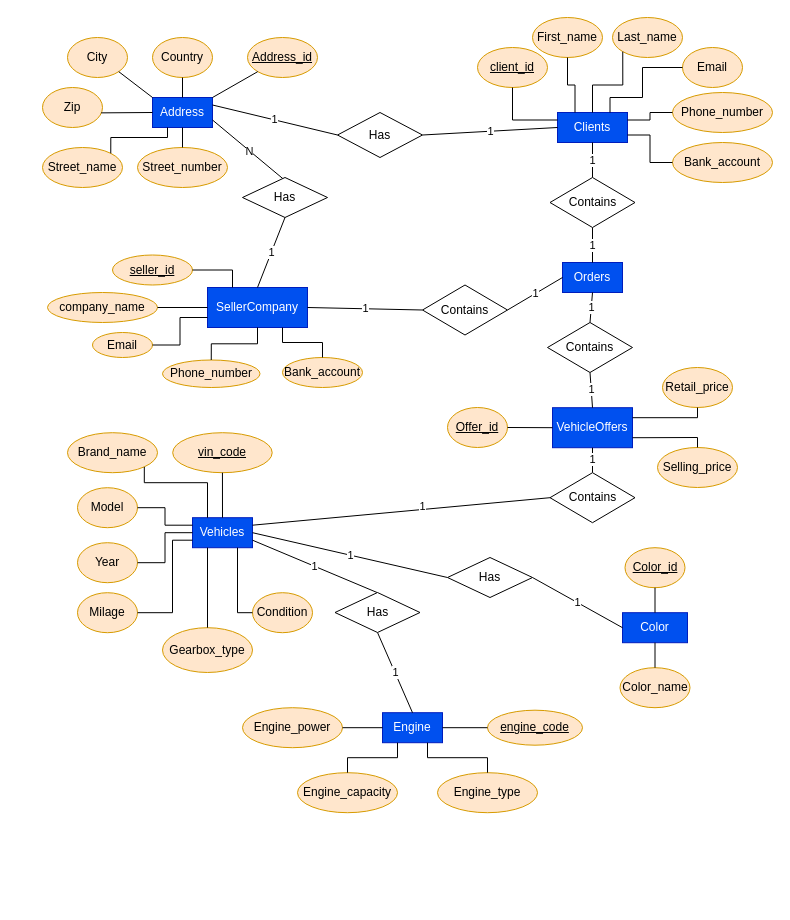
Before: Chen notation.drawio in kstekels/Car-Marketplace, a draw.io diagram. Source tidied: cells renumbered, new cells numbered last; positions are measured from the earlier drawing's top-left corner, leaving out a move shared by most shapes. Both pictures are drawn from the tidied source at 100%, with x=0, y=0 at pixel (42, 17).
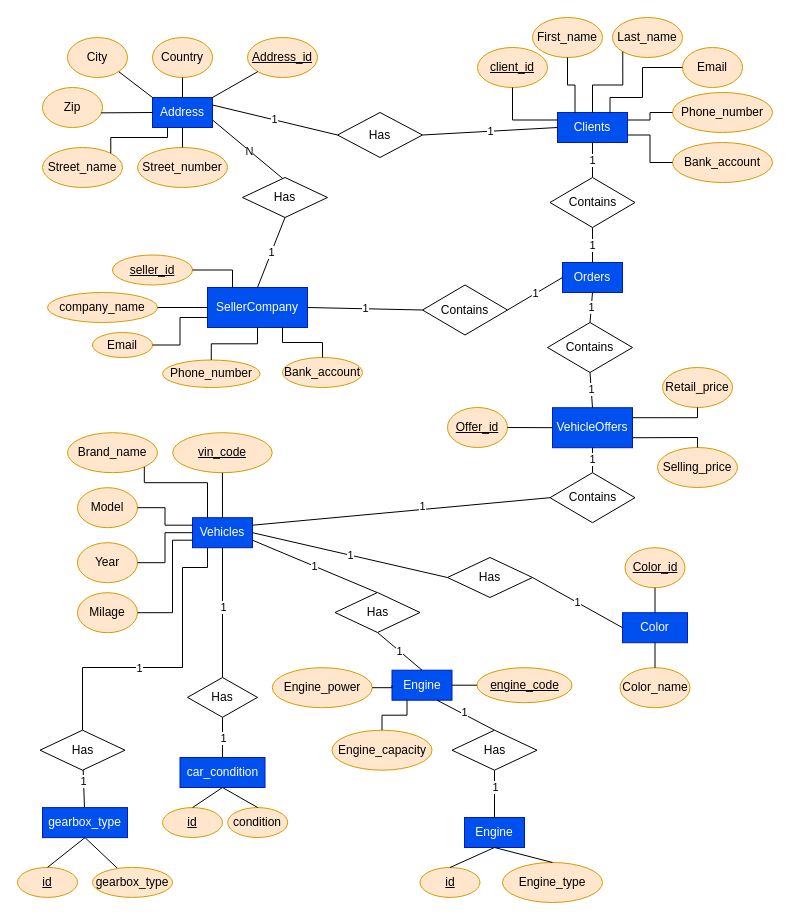
Above is the later version.

Unchanged cells that the change refers to:
```xml
<mxCell id="7" value="Vehicles" style="rounded=0;whiteSpace=wrap;html=1;fillColor=#0050ef;fontColor=#ffffff;strokeColor=#001DBC;" parent="1" vertex="1">
  <mxGeometry x="150" y="500.2" width="60" height="30" as="geometry" />
</mxCell>
```

Diff of the diagram source:
```diff
@@
     <mxCell id="8" value="Engine" style="rounded=0;whiteSpace=wrap;html=1;fillColor=#0050ef;fontColor=#ffffff;strokeColor=#001DBC;" parent="1" vertex="1">
-      <mxGeometry x="340" y="695.2" width="60" height="30" as="geometry" />
+      <mxGeometry x="349.5" y="652.7" width="60" height="30" as="geometry" />
     </mxCell>
@@
-    <mxCell id="48" value="Gearbox_type" style="ellipse;whiteSpace=wrap;html=1;fillColor=#ffe6cc;strokeColor=#d79b00;" parent="1" vertex="1">
-      <mxGeometry x="120" y="610.2" width="90" height="44.8" as="geometry" />
-    </mxCell>
@@
     <mxCell id="50" value="&lt;u&gt;engine_code&lt;/u&gt;" style="ellipse;whiteSpace=wrap;html=1;fillColor=#ffe6cc;strokeColor=#d79b00;" parent="1" vertex="1">
-      <mxGeometry x="445" y="692.7" width="95" height="35" as="geometry" />
+      <mxGeometry x="434.5" y="650.2" width="95" height="35" as="geometry" />
     </mxCell>
@@
-    <mxCell id="53" value="Condition" style="ellipse;whiteSpace=wrap;html=1;fillColor=#ffe6cc;strokeColor=#d79b00;" parent="1" vertex="1">
-      <mxGeometry x="210" y="575.2" width="60" height="40" as="geometry" />
-    </mxCell>
@@
     <mxCell id="56" value="Engine_capacity" style="ellipse;whiteSpace=wrap;html=1;fillColor=#ffe6cc;strokeColor=#d79b00;" parent="1" vertex="1">
-      <mxGeometry x="255" y="755.2" width="100" height="40" as="geometry" />
+      <mxGeometry x="289.5" y="712.7" width="100" height="40" as="geometry" />
     </mxCell>
-    <mxCell id="57" value="Engine_type" style="ellipse;whiteSpace=wrap;html=1;fillColor=#ffe6cc;strokeColor=#d79b00;" parent="1" vertex="1">
-      <mxGeometry x="395" y="755.2" width="100" height="40" as="geometry" />
-    </mxCell>
     <mxCell id="58" value="Engine_power" style="ellipse;whiteSpace=wrap;html=1;fillColor=#ffe6cc;strokeColor=#d79b00;" parent="1" vertex="1">
-      <mxGeometry x="200" y="690.2" width="100" height="40" as="geometry" />
+      <mxGeometry x="229.8" y="650.2" width="100" height="40" as="geometry" />
     </mxCell>
-    <mxCell id="59" style="endArrow=none;html=1;rounded=0;entryX=0.75;entryY=1;entryDx=0;entryDy=0;exitX=0.5;exitY=0;exitDx=0;exitDy=0;edgeStyle=orthogonalEdgeStyle;" parent="1" edge="1" source="57" target="8">
+    <mxCell id="59" style="endArrow=none;html=1;rounded=0;entryX=0.75;entryY=1;entryDx=0;entryDy=0;exitX=0.5;exitY=0;exitDx=0;exitDy=0;" parent="1" edge="1" source="122" target="8">
       <mxGeometry relative="1" as="geometry" />
     </mxCell>
+    <mxCell id="101" value="1" style="edgeLabel;html=1;align=center;verticalAlign=middle;" parent="59" vertex="1">
+      <mxGeometry x="0.1" y="-2" relative="1" as="geometry" />
+    </mxCell>
@@
-    <mxCell id="69" style="endArrow=none;html=1;rounded=0;exitX=0.25;exitY=1;exitDx=0;exitDy=0;entryX=0.5;entryY=0;entryDx=0;entryDy=0;edgeStyle=orthogonalEdgeStyle;" parent="1" edge="1" source="7" target="48">
-      <mxGeometry relative="1" as="geometry" />
+    <mxCell id="69" style="endArrow=none;html=1;rounded=0;exitX=0.25;exitY=1;exitDx=0;exitDy=0;entryX=0.5;entryY=0;entryDx=0;entryDy=0;edgeStyle=orthogonalEdgeStyle;" parent="1" edge="1" source="7" target="106">
+      <mxGeometry relative="1" as="geometry">
+        <Array as="points">
+          <mxPoint x="165" y="550" />
+          <mxPoint x="140" y="550" />
+          <mxPoint x="140" y="650" />
+          <mxPoint x="40" y="650" />
+        </Array>
+      </mxGeometry>
     </mxCell>
+    <mxCell id="102" value="1" style="edgeLabel;html=1;align=center;verticalAlign=middle;" parent="69" vertex="1">
+      <mxGeometry x="-0.04" y="-3" relative="1" as="geometry">
+        <mxPoint x="-40" y="3" as="offset" />
+      </mxGeometry>
+    </mxCell>
-    <mxCell id="70" style="endArrow=none;html=1;rounded=0;exitX=0.75;exitY=1;exitDx=0;exitDy=0;entryX=0;entryY=0.5;entryDx=0;entryDy=0;edgeStyle=orthogonalEdgeStyle;" parent="1" edge="1" source="7" target="53">
+    <mxCell id="70" style="endArrow=none;html=1;rounded=0;exitX=0.5;exitY=1;exitDx=0;exitDy=0;entryX=0.5;entryY=0;entryDx=0;entryDy=0;edgeStyle=elbowEdgeStyle;elbow=vertical;" parent="1" edge="1" source="7" target="114">
       <mxGeometry relative="1" as="geometry" />
     </mxCell>
+    <mxCell id="103" value="1" style="edgeLabel;html=1;align=center;verticalAlign=middle;" parent="70" vertex="1">
+      <mxGeometry x="-0.09" y="2" relative="1" as="geometry">
+        <mxPoint x="-2" as="offset" />
+      </mxGeometry>
+    </mxCell>
@@
+    <mxCell id="104" style="edgeStyle=none;rounded=0;jettySize=auto;html=1;targetPerimeterSpacing=0;endArrow=none;endFill=0;" parent="1" edge="1" source="106" target="108">
+      <mxGeometry relative="1" as="geometry" />
+    </mxCell>
+    <mxCell id="105" value="1" style="edgeLabel;html=1;align=center;verticalAlign=middle;" parent="104" vertex="1">
+      <mxGeometry x="-0.42" y="-1" relative="1" as="geometry" />
+    </mxCell>
+    <mxCell id="106" value="Has" style="shape=rhombus;perimeter=rhombusPerimeter;whiteSpace=wrap;html=1;align=center;" parent="1" vertex="1">
+      <mxGeometry x="-2.5" y="712.7" width="85" height="40" as="geometry" />
+    </mxCell>
+    <mxCell id="107" style="edgeStyle=none;rounded=0;jettySize=auto;html=1;endArrow=none;endFill=0;targetPerimeterSpacing=0;exitX=0.5;exitY=1;exitDx=0;exitDy=0;" parent="1" edge="1" source="108" target="109">
+      <mxGeometry relative="1" as="geometry" />
+    </mxCell>
+    <mxCell id="108" value="gearbox_type" style="rounded=0;whiteSpace=wrap;html=1;fillColor=#0050ef;fontColor=#ffffff;strokeColor=#001DBC;" parent="1" vertex="1">
+      <mxGeometry y="790.1" width="85" height="30" as="geometry" />
+    </mxCell>
+    <mxCell id="109" value="gearbox_type" style="ellipse;whiteSpace=wrap;html=1;fillColor=#ffe6cc;strokeColor=#d79b00;" parent="1" vertex="1">
+      <mxGeometry x="50" y="849.9" width="80" height="30" as="geometry" />
+    </mxCell>
+    <mxCell id="110" value="&lt;u&gt;id&lt;/u&gt;" style="ellipse;whiteSpace=wrap;html=1;fillColor=#ffe6cc;strokeColor=#d79b00;" parent="1" vertex="1">
+      <mxGeometry x="-25" y="849.9" width="60" height="30" as="geometry" />
+    </mxCell>
+    <mxCell id="111" style="edgeStyle=none;rounded=0;jettySize=auto;html=1;endArrow=none;endFill=0;targetPerimeterSpacing=0;exitX=0.5;exitY=1;exitDx=0;exitDy=0;entryX=0.5;entryY=0;entryDx=0;entryDy=0;" parent="1" edge="1" source="108" target="110">
+      <mxGeometry relative="1" as="geometry" />
+    </mxCell>
+    <mxCell id="112" style="edgeStyle=elbowEdgeStyle;rounded=0;jettySize=auto;elbow=vertical;html=1;endArrow=none;endFill=0;targetPerimeterSpacing=0;" parent="1" edge="1" source="114" target="117">
+      <mxGeometry relative="1" as="geometry" />
+    </mxCell>
+    <mxCell id="113" value="1" style="edgeLabel;html=1;align=center;verticalAlign=middle;" parent="112" vertex="1">
+      <mxGeometry x="-0.57" relative="1" as="geometry">
+        <mxPoint y="12" as="offset" />
+      </mxGeometry>
+    </mxCell>
+    <mxCell id="114" value="Has" style="shape=rhombus;perimeter=rhombusPerimeter;whiteSpace=wrap;html=1;align=center;" parent="1" vertex="1">
+      <mxGeometry x="145" y="660" width="70" height="39.8" as="geometry" />
+    </mxCell>
+    <mxCell id="115" value="condition" style="ellipse;whiteSpace=wrap;html=1;fillColor=#ffe6cc;strokeColor=#d79b00;" parent="1" vertex="1">
+      <mxGeometry x="185.2" y="790.1" width="60" height="29.9" as="geometry" />
+    </mxCell>
+    <mxCell id="116" value="&lt;u&gt;id&lt;/u&gt;" style="ellipse;whiteSpace=wrap;html=1;fillColor=#ffe6cc;strokeColor=#d79b00;" parent="1" vertex="1">
+      <mxGeometry x="120" y="790.1" width="60" height="29.9" as="geometry" />
+    </mxCell>
+    <mxCell id="117" value="car_condition" style="rounded=0;whiteSpace=wrap;html=1;fillColor=#0050ef;fontColor=#ffffff;strokeColor=#001DBC;" parent="1" vertex="1">
+      <mxGeometry x="137.5" y="740" width="85" height="30" as="geometry" />
+    </mxCell>
+    <mxCell id="118" style="edgeStyle=none;rounded=0;jettySize=auto;html=1;endArrow=none;endFill=0;targetPerimeterSpacing=0;exitX=0.5;exitY=1;exitDx=0;exitDy=0;entryX=0.5;entryY=0;entryDx=0;entryDy=0;" parent="1" edge="1" source="117" target="116">
+      <mxGeometry relative="1" as="geometry" />
+    </mxCell>
+    <mxCell id="119" style="edgeStyle=none;rounded=0;jettySize=auto;html=1;endArrow=none;endFill=0;targetPerimeterSpacing=0;exitX=0.5;exitY=1;exitDx=0;exitDy=0;entryX=0.5;entryY=0;entryDx=0;entryDy=0;" parent="1" edge="1" source="117" target="115">
+      <mxGeometry relative="1" as="geometry" />
+    </mxCell>
+    <mxCell id="57" value="Engine_type" style="ellipse;whiteSpace=wrap;html=1;fillColor=#ffe6cc;strokeColor=#d79b00;" parent="1" vertex="1">
+      <mxGeometry x="460" y="845" width="100" height="40" as="geometry" />
+    </mxCell>
+    <mxCell id="120" style="edgeStyle=none;rounded=0;jettySize=auto;html=1;endArrow=none;endFill=0;targetPerimeterSpacing=0;elbow=vertical;" parent="1" edge="1" source="122" target="123">
+      <mxGeometry relative="1" as="geometry" />
+    </mxCell>
+    <mxCell id="121" value="1" style="edgeLabel;html=1;align=center;verticalAlign=middle;" parent="120" vertex="1">
+      <mxGeometry x="-0.27" y="3" relative="1" as="geometry">
+        <mxPoint x="-3" as="offset" />
+      </mxGeometry>
+    </mxCell>
+    <mxCell id="122" value="Has" style="shape=rhombus;perimeter=rhombusPerimeter;whiteSpace=wrap;html=1;align=center;" parent="1" vertex="1">
+      <mxGeometry x="409.5" y="712.7" width="85" height="40" as="geometry" />
+    </mxCell>
+    <mxCell id="123" value="Engine" style="rounded=0;whiteSpace=wrap;html=1;fillColor=#0050ef;fontColor=#ffffff;strokeColor=#001DBC;" parent="1" vertex="1">
+      <mxGeometry x="422" y="800" width="60" height="30" as="geometry" />
+    </mxCell>
+    <mxCell id="124" value="&lt;u&gt;id&lt;/u&gt;" style="ellipse;whiteSpace=wrap;html=1;fillColor=#ffe6cc;strokeColor=#d79b00;" parent="1" vertex="1">
+      <mxGeometry x="377.5" y="850" width="60" height="29.9" as="geometry" />
+    </mxCell>
+    <mxCell id="125" style="edgeStyle=none;rounded=0;jettySize=auto;html=1;endArrow=none;endFill=0;targetPerimeterSpacing=0;exitX=0.5;exitY=1;exitDx=0;exitDy=0;entryX=0.5;entryY=0;entryDx=0;entryDy=0;" parent="1" edge="1" source="123" target="124">
+      <mxGeometry relative="1" as="geometry" />
+    </mxCell>
+    <mxCell id="126" style="edgeStyle=none;rounded=0;jettySize=auto;html=1;endArrow=none;endFill=0;targetPerimeterSpacing=0;exitX=0.5;exitY=1;exitDx=0;exitDy=0;entryX=0.5;entryY=0;entryDx=0;entryDy=0;" parent="1" edge="1" source="123" target="57">
+      <mxGeometry relative="1" as="geometry" />
+    </mxCell>
```
